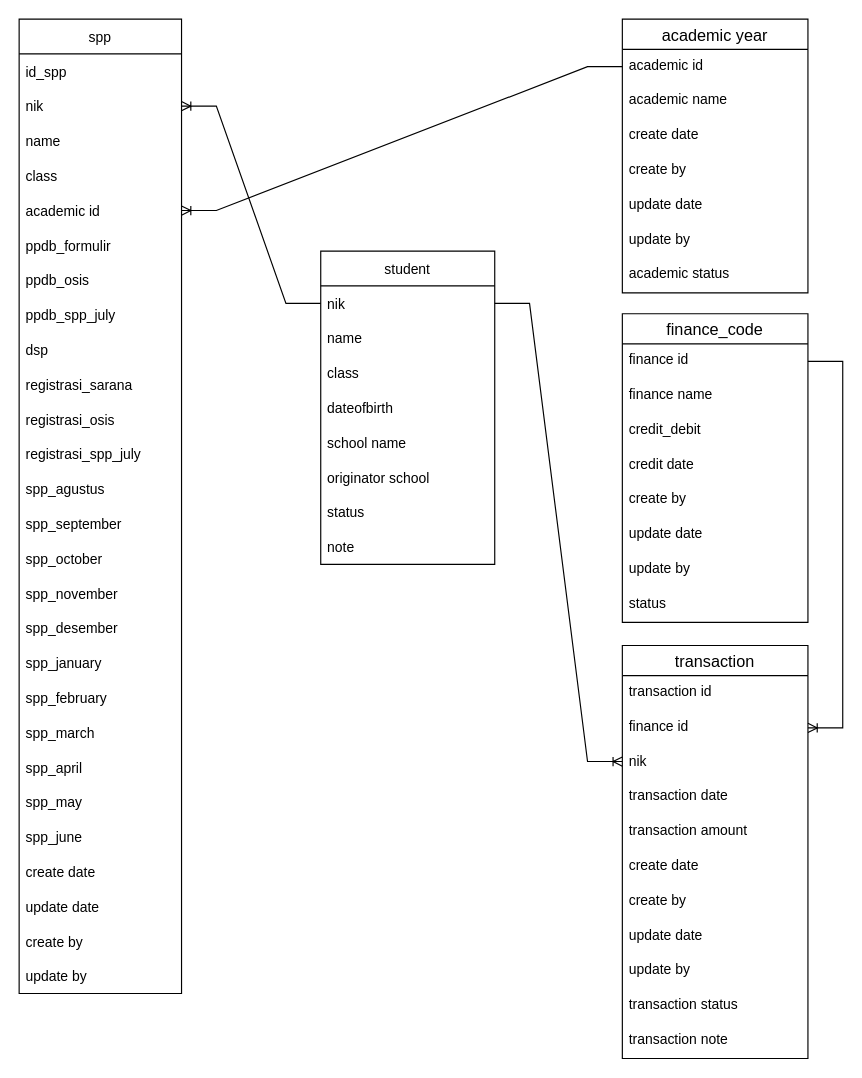
Before: school_payment_system.drawio in suharbramar/school-payment-system, a draw.io diagram. Source tidied: cells renumbered, new cells numbered last; positions are measured from the earlier drawing's top-left corner, leaving out a move shared by most shapes. Both pictures are drawn from the tidied source at 116%, with x=0, y=0 at pixel (19, 19).
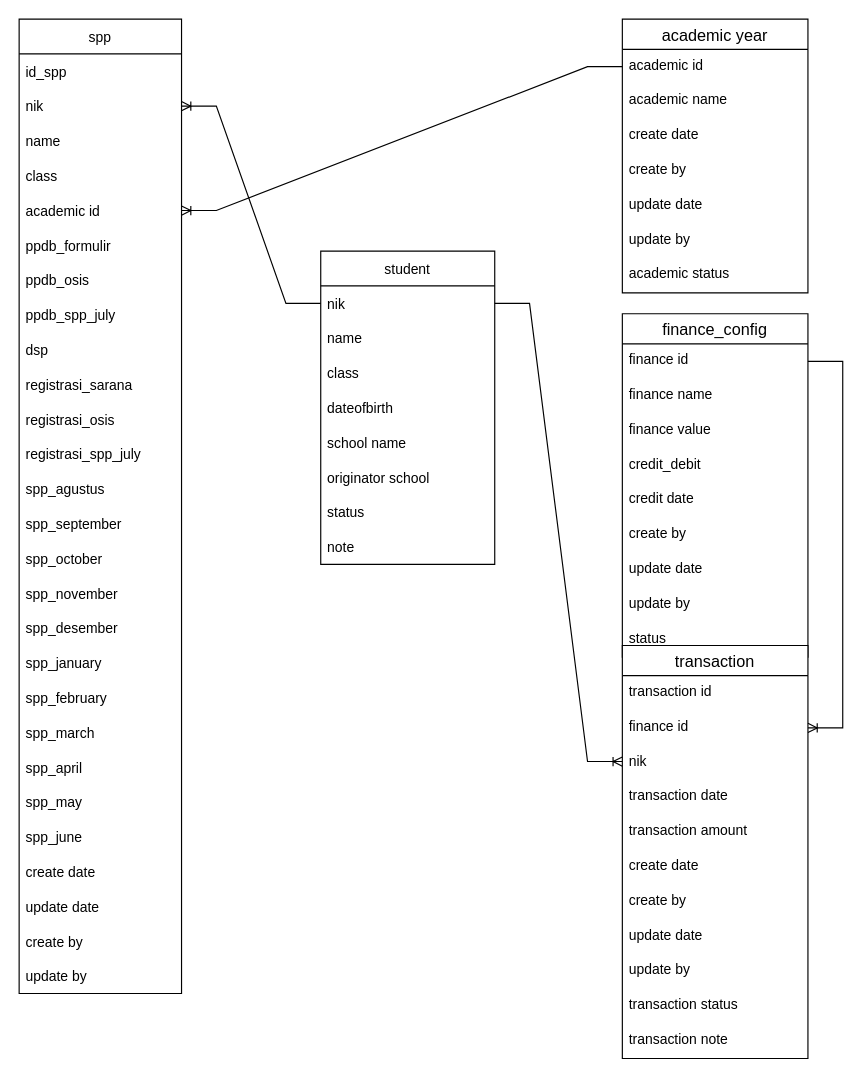
Above is the later version.

Change to the diagram source:
```diff
@@
-    <mxCell id="38" value="finance_code" style="swimlane;fontStyle=0;horizontal=1;startSize=26;align=center;fontSize=14;" parent="1" vertex="1">
-      <mxGeometry x="520" y="254" width="160" height="266" as="geometry" />
+    <mxCell id="38" value="finance_config" style="swimlane;fontStyle=0;horizontal=1;startSize=26;align=center;fontSize=14;" parent="1" vertex="1">
+      <mxGeometry x="520" y="254" width="160" height="296" as="geometry" />
     </mxCell>
@@
+    <mxCell id="72" value="finance value" style="text;strokeColor=none;fillColor=none;spacingLeft=4;spacingRight=4;overflow=hidden;fontSize=12;" parent="38" vertex="1">
+      <mxGeometry y="86" width="160" height="30" as="geometry" />
+    </mxCell>
     <mxCell id="41" value="credit_debit" style="text;strokeColor=none;fillColor=none;spacingLeft=4;spacingRight=4;overflow=hidden;fontSize=12;" parent="38" vertex="1">
-      <mxGeometry y="86" width="160" height="30" as="geometry" />
+      <mxGeometry y="116" width="160" height="30" as="geometry" />
     </mxCell>
     <mxCell id="42" value="credit date" style="text;strokeColor=none;fillColor=none;spacingLeft=4;spacingRight=4;overflow=hidden;fontSize=12;" parent="38" vertex="1">
-      <mxGeometry y="116" width="160" height="30" as="geometry" />
+      <mxGeometry y="146" width="160" height="30" as="geometry" />
     </mxCell>
     <mxCell id="43" value="create by" style="text;strokeColor=none;fillColor=none;spacingLeft=4;spacingRight=4;overflow=hidden;fontSize=12;" parent="38" vertex="1">
-      <mxGeometry y="146" width="160" height="30" as="geometry" />
+      <mxGeometry y="176" width="160" height="30" as="geometry" />
     </mxCell>
     <mxCell id="44" value="update date" style="text;strokeColor=none;fillColor=none;spacingLeft=4;spacingRight=4;overflow=hidden;fontSize=12;" parent="38" vertex="1">
-      <mxGeometry y="176" width="160" height="30" as="geometry" />
+      <mxGeometry y="206" width="160" height="30" as="geometry" />
     </mxCell>
     <mxCell id="45" value="update by" style="text;strokeColor=none;fillColor=none;spacingLeft=4;spacingRight=4;overflow=hidden;fontSize=12;" parent="38" vertex="1">
-      <mxGeometry y="206" width="160" height="30" as="geometry" />
+      <mxGeometry y="236" width="160" height="30" as="geometry" />
     </mxCell>
     <mxCell id="46" value="status" style="text;strokeColor=none;fillColor=none;spacingLeft=4;spacingRight=4;overflow=hidden;fontSize=12;" parent="38" vertex="1">
-      <mxGeometry y="236" width="160" height="30" as="geometry" />
+      <mxGeometry y="266" width="160" height="30" as="geometry" />
     </mxCell>
```
